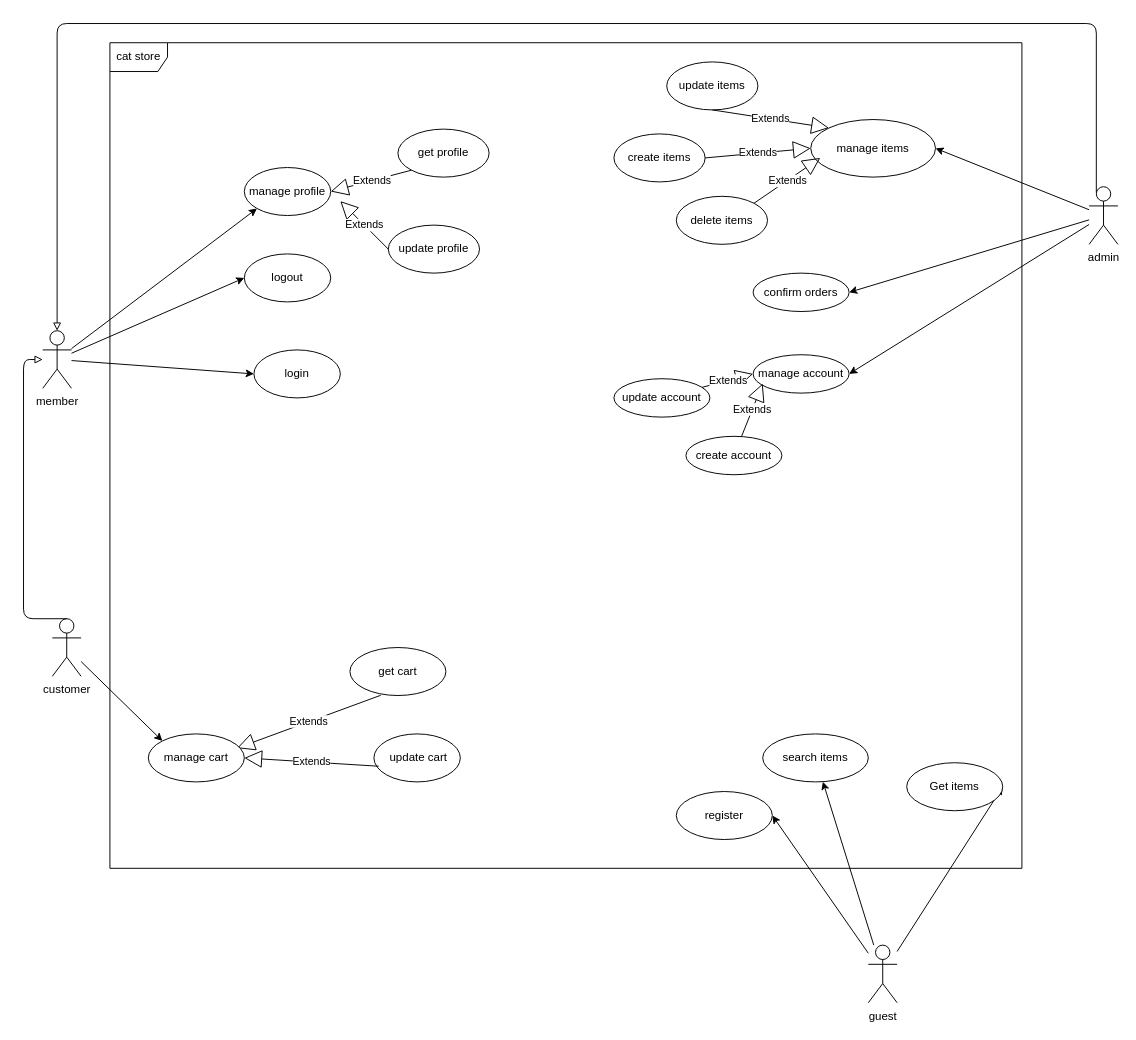
Above: page "use case" (1 of 3) of docs/cat-store.drawio in anh0701/cat-store (draw.io), before the change. Source tidied: cells renumbered, new cells numbered last; positions are measured from the earlier drawing's top-left corner, leaving out a move shared by most shapes. Both pictures are drawn from the tidied source at 96%, with x=0, y=0 at pixel (23, 23).
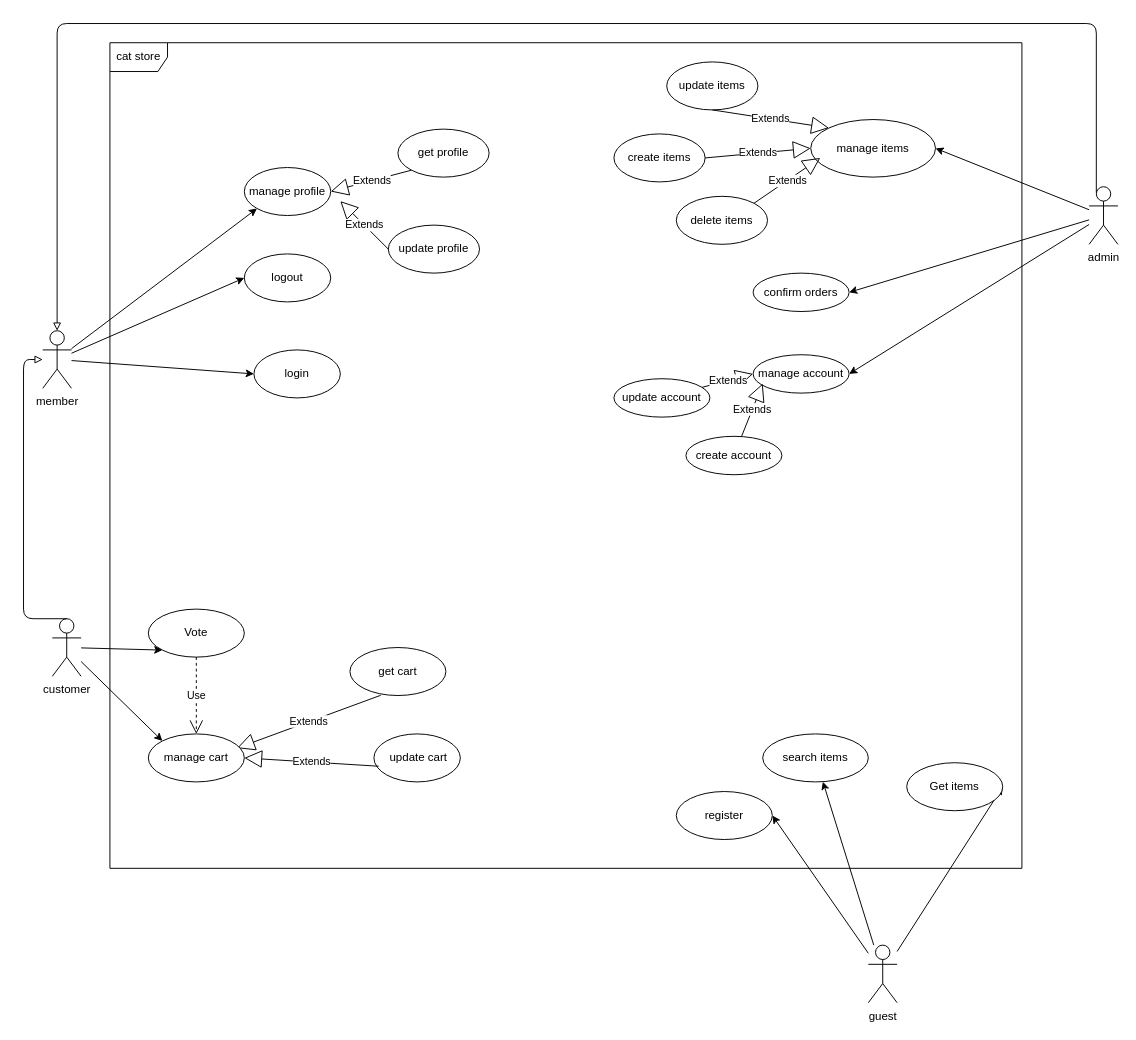
Above is the later version.

Unchanged cells that the change refers to:
```xml
<mxCell id="11" value="customer" style="shape=umlActor;verticalLabelPosition=bottom;verticalAlign=top;html=1;" parent="1" vertex="1">
  <mxGeometry x="30" y="620" width="30" height="60" as="geometry" />
</mxCell>
<mxCell id="37" value="manage cart" style="ellipse;whiteSpace=wrap;html=1;" parent="1" vertex="1">
  <mxGeometry x="130" y="740" width="100" height="50" as="geometry" />
</mxCell>
```

Change to the diagram source:
```diff
@@
+    <mxCell id="47" style="edgeStyle=none;html=1;entryX=0;entryY=1;entryDx=0;entryDy=0;" parent="1" edge="1" source="11" target="48">
+      <mxGeometry relative="1" as="geometry" />
+    </mxCell>
@@
+    <mxCell id="48" value="Vote" style="ellipse;whiteSpace=wrap;html=1;" parent="1" vertex="1">
+      <mxGeometry x="130" y="610" width="100" height="50" as="geometry" />
+    </mxCell>
+    <mxCell id="49" value="Use" style="endArrow=open;endSize=12;dashed=1;html=1;exitX=0.5;exitY=1;exitDx=0;exitDy=0;entryX=0.5;entryY=0;entryDx=0;entryDy=0;" parent="1" edge="1" source="48" target="37">
+      <mxGeometry relative="1" as="geometry" />
+    </mxCell>
```
